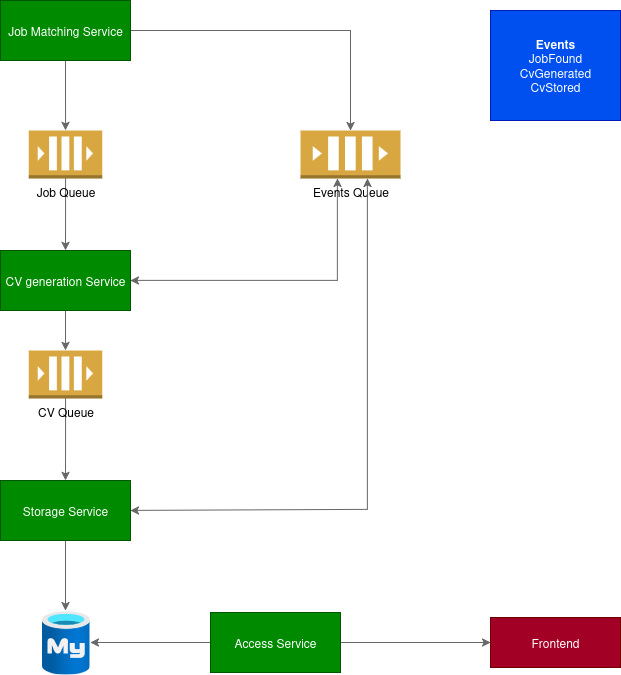
metemertkan/HirePilot keeps this draw.io diagram as HirePilot.drawio.png. Above is the earlier version. Source tidied: cells renumbered, new cells last; positions are measured from the earlier drawing's top-left corner, leaving out a move shared by most shapes.
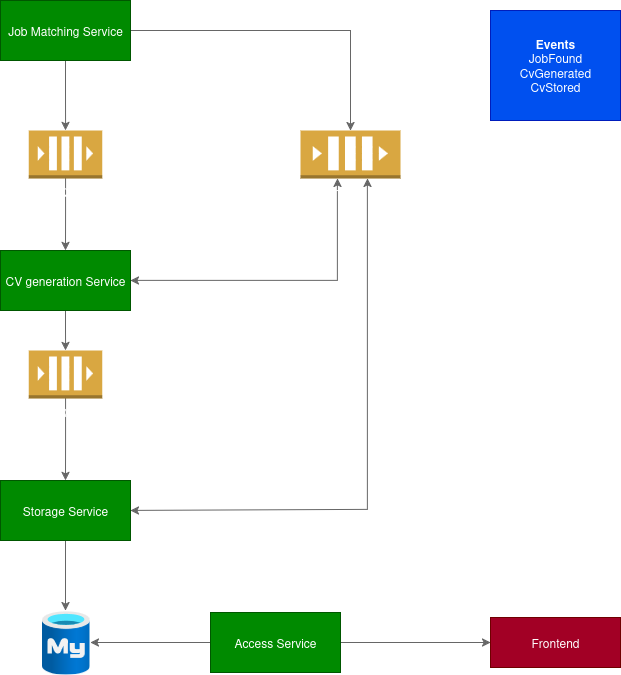
Later version of the same file.

Commit message:
update the text color

What changed in the source:
```diff
@@ -14,7 +14,7 @@
     <mxCell id="5" style="edgeStyle=orthogonalEdgeStyle;rounded=0;jettySize=auto;html=1;fillColor=#f5f5f5;strokeColor=#666666;" parent="1" edge="1" source="6" target="8">
       <mxGeometry relative="1" as="geometry" />
     </mxCell>
-    <mxCell id="6" value="&lt;div&gt;Job Queue&lt;/div&gt;" style="outlineConnect=0;dashed=0;verticalLabelPosition=bottom;verticalAlign=top;align=center;html=1;shape=mxgraph.aws3.queue;fillColor=#D9A741;gradientColor=none;" parent="1" vertex="1">
+    <mxCell id="6" value="&lt;div&gt;Job Queue&lt;/div&gt;" style="outlineConnect=0;dashed=0;verticalLabelPosition=bottom;verticalAlign=top;align=center;html=1;shape=mxgraph.aws3.queue;fillColor=#D9A741;gradientColor=none;fontColor=light-dark(#FFFFFF,#FFFFFF);" parent="1" vertex="1">
       <mxGeometry x="28.2" y="130" width="73.5" height="48" as="geometry" />
     </mxCell>
     <mxCell id="7" style="edgeStyle=orthogonalEdgeStyle;rounded=0;jettySize=auto;html=1;fillColor=#f5f5f5;strokeColor=#666666;" parent="1" edge="1" source="8" target="12">
@@ -32,7 +32,7 @@
     <mxCell id="11" style="edgeStyle=orthogonalEdgeStyle;rounded=0;jettySize=auto;html=1;fillColor=#f5f5f5;strokeColor=#666666;" parent="1" edge="1" source="12" target="10">
       <mxGeometry relative="1" as="geometry" />
     </mxCell>
-    <mxCell id="12" value="CV Queue" style="outlineConnect=0;dashed=0;verticalLabelPosition=bottom;verticalAlign=top;align=center;html=1;shape=mxgraph.aws3.queue;fillColor=#D9A741;gradientColor=none;" parent="1" vertex="1">
+    <mxCell id="12" value="CV Queue" style="outlineConnect=0;dashed=0;verticalLabelPosition=bottom;verticalAlign=top;align=center;html=1;shape=mxgraph.aws3.queue;fillColor=#D9A741;gradientColor=none;fontColor=light-dark(#FFFFFF,#FFFFFF);" parent="1" vertex="1">
       <mxGeometry x="28.2" y="350" width="73.5" height="48" as="geometry" />
     </mxCell>
     <mxCell id="13" style="image;html=1;points=[];align=center;fontSize=12;image=img/lib/azure2/databases/Azure_Database_MySQL_Server.svg;" parent="1" vertex="1">
@@ -45,7 +45,7 @@
         </Array>
       </mxGeometry>
     </mxCell>
-    <mxCell id="15" value="&lt;div&gt;Events Queue&lt;/div&gt;" style="outlineConnect=0;dashed=0;verticalLabelPosition=bottom;verticalAlign=top;align=center;html=1;shape=mxgraph.aws3.queue;fillColor=#D9A741;gradientColor=none;" parent="1" vertex="1">
+    <mxCell id="15" value="&lt;div&gt;Events Queue&lt;/div&gt;" style="outlineConnect=0;dashed=0;verticalLabelPosition=bottom;verticalAlign=top;align=center;html=1;shape=mxgraph.aws3.queue;fillColor=#D9A741;gradientColor=none;fontColor=light-dark(#FFFFFF,#FFFFFF);" parent="1" vertex="1">
       <mxGeometry x="300" y="130" width="100" height="48" as="geometry" />
     </mxCell>
     <mxCell id="16" style="edgeStyle=orthogonalEdgeStyle;rounded=0;jettySize=auto;html=1;entryX=1;entryY=0.5;entryDx=0;entryDy=0;startArrow=classic;startFill=1;fillColor=#f5f5f5;strokeColor=#666666;" parent="1" edge="1" source="15" target="10">
```
